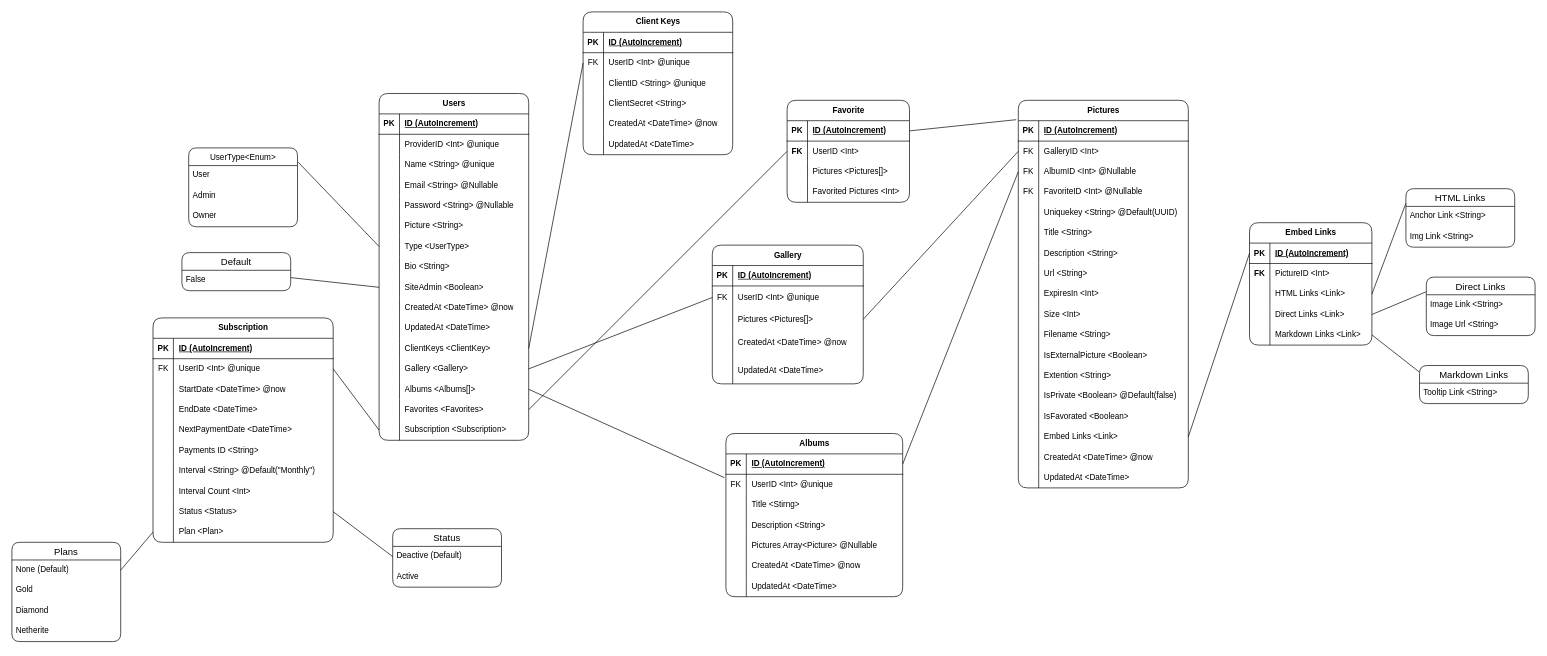
Before: project/models/Pixelarium.drawio in Novanaa/Pixelarium, a draw.io diagram. Source tidied: cells renumbered, new cells numbered last; positions are measured from the earlier drawing's top-left corner, leaving out a move shared by most shapes. Both pictures are drawn from the tidied source at 68%, with x=0, y=0 at pixel (12, 12).
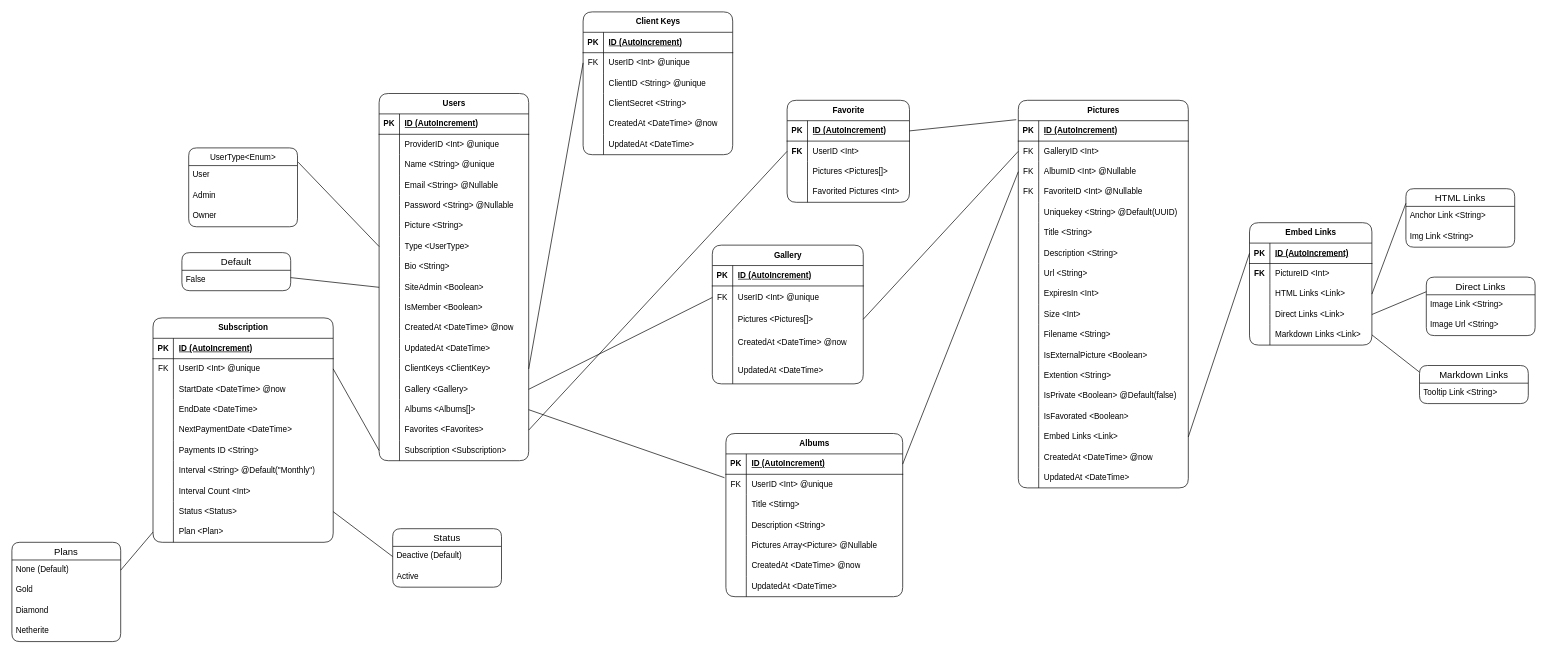
Above is the later version.

Commit message (it also covers changes not shown here):
Added is_member as a booelan type of data to user model

Change to the diagram source:
```diff
@@
     <mxCell id="2" value="Users" style="shape=table;startSize=30;childLayout=tableLayout;rowLines=0;fontStyle=1;align=center;html=1;rounded=1;" parent="1" vertex="1">
-      <mxGeometry x="540" y="120" width="220" height="510" as="geometry" />
+      <mxGeometry x="540" y="120" width="220" height="540" as="geometry" />
     </mxCell>
@@
+    <mxCell id="261" style="shape=tableRow;horizontal=0;startSize=0;swimlaneHead=0;swimlaneBody=0;fillColor=none;top=0;left=0;right=0;bottom=0;" parent="2" vertex="1">
+      <mxGeometry y="300" width="220" height="30" as="geometry" />
+    </mxCell>
+    <mxCell id="262" style="shape=partialRectangle;fillColor=none;top=0;left=0;bottom=0;right=0;overflow=hidden;whiteSpace=wrap;html=1;" parent="261" vertex="1">
+      <mxGeometry width="30" height="30" as="geometry" />
+    </mxCell>
+    <mxCell id="263" value="IsMember &amp;lt;Boolean&amp;gt;" style="shape=partialRectangle;fillColor=none;top=0;left=0;bottom=0;right=0;align=left;spacingLeft=6;overflow=hidden;whiteSpace=wrap;html=1;" parent="261" vertex="1">
+      <mxGeometry x="30" width="190" height="30" as="geometry" />
+    </mxCell>
     <mxCell id="30" style="shape=tableRow;horizontal=0;startSize=0;swimlaneHead=0;swimlaneBody=0;fillColor=none;top=0;left=0;right=0;bottom=0;" parent="2" vertex="1">
-      <mxGeometry y="300" width="220" height="30" as="geometry" />
+      <mxGeometry y="330" width="220" height="30" as="geometry" />
     </mxCell>
@@
     <mxCell id="33" style="shape=tableRow;horizontal=0;startSize=0;swimlaneHead=0;swimlaneBody=0;fillColor=none;top=0;left=0;right=0;bottom=0;" parent="2" vertex="1">
-      <mxGeometry y="330" width="220" height="30" as="geometry" />
+      <mxGeometry y="360" width="220" height="30" as="geometry" />
     </mxCell>
@@
     <mxCell id="36" style="shape=tableRow;horizontal=0;startSize=0;swimlaneHead=0;swimlaneBody=0;fillColor=none;points=[[0,0.5],[1,0.5]];portConstraint=eastwest;top=0;left=0;right=0;bottom=0;" parent="2" vertex="1">
-      <mxGeometry y="360" width="220" height="30" as="geometry" />
+      <mxGeometry y="390" width="220" height="30" as="geometry" />
     </mxCell>
@@
     <mxCell id="39" style="shape=tableRow;horizontal=0;startSize=0;swimlaneHead=0;swimlaneBody=0;fillColor=none;points=[[0,0.5],[1,0.5]];portConstraint=eastwest;top=0;left=0;right=0;bottom=0;" parent="2" vertex="1">
-      <mxGeometry y="390" width="220" height="30" as="geometry" />
+      <mxGeometry y="420" width="220" height="30" as="geometry" />
     </mxCell>
@@
     <mxCell id="42" style="shape=tableRow;horizontal=0;startSize=0;swimlaneHead=0;swimlaneBody=0;fillColor=none;points=[[0,0.5],[1,0.5]];portConstraint=eastwest;top=0;left=0;right=0;bottom=0;" parent="2" vertex="1">
-      <mxGeometry y="420" width="220" height="30" as="geometry" />
+      <mxGeometry y="450" width="220" height="30" as="geometry" />
     </mxCell>
@@
     <mxCell id="45" style="shape=tableRow;horizontal=0;startSize=0;swimlaneHead=0;swimlaneBody=0;fillColor=none;points=[[0,0.5],[1,0.5]];portConstraint=eastwest;top=0;left=0;right=0;bottom=0;" parent="2" vertex="1">
-      <mxGeometry y="450" width="220" height="30" as="geometry" />
+      <mxGeometry y="480" width="220" height="30" as="geometry" />
     </mxCell>
@@
     <mxCell id="48" style="shape=tableRow;horizontal=0;startSize=0;swimlaneHead=0;swimlaneBody=0;fillColor=none;points=[[0,0.5],[1,0.5]];portConstraint=eastwest;top=0;left=0;right=0;bottom=0;" parent="2" vertex="1">
-      <mxGeometry y="480" width="220" height="30" as="geometry" />
+      <mxGeometry y="510" width="220" height="30" as="geometry" />
     </mxCell>
```
